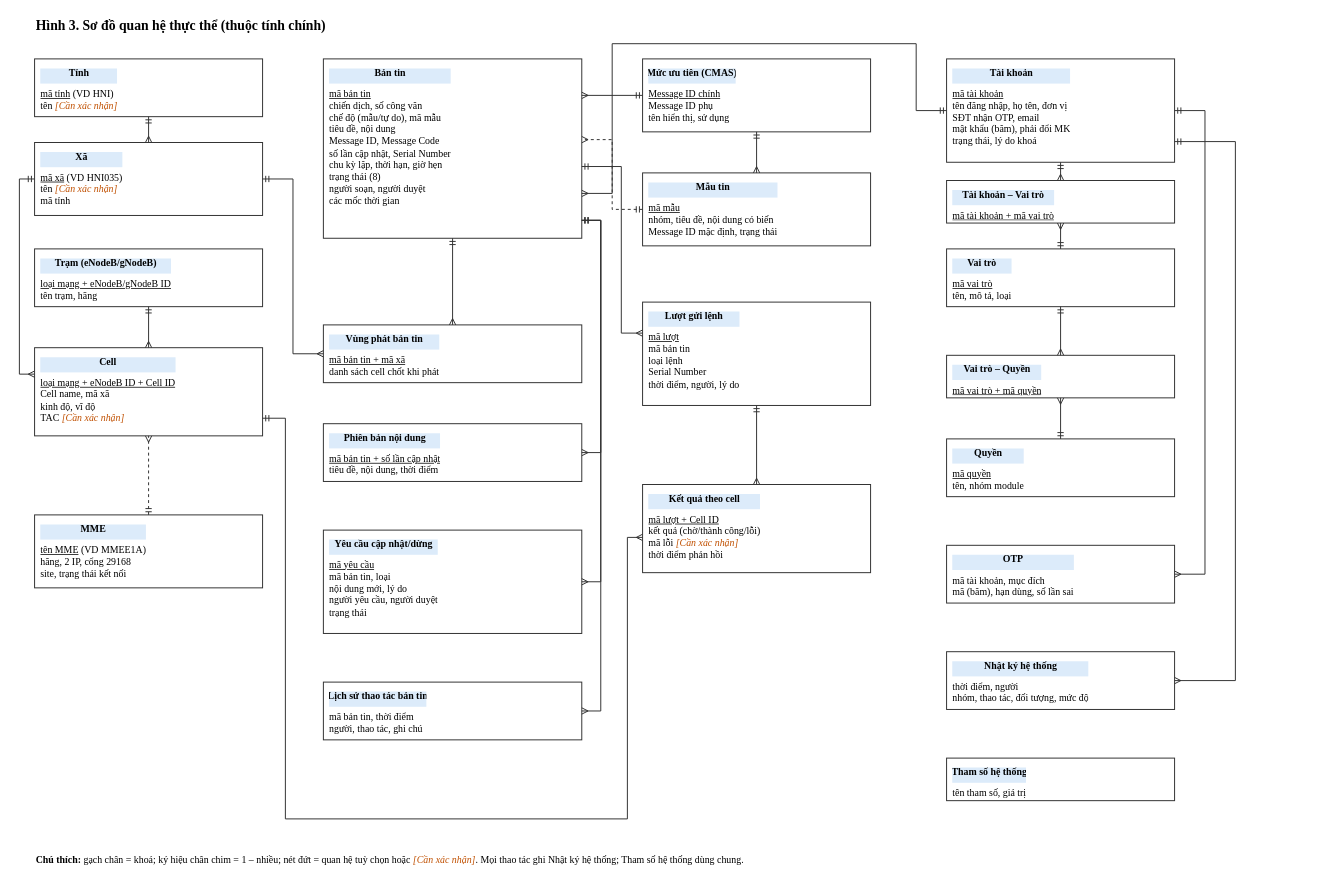
The draw.io diagram page "SRS-H3 Dữ liệu" (3 of 9) of srs/CBC_SRS_so-do.drawio in yenanna0804/cbc-demo, before the edit. Source tidied: cells renumbered, new cells numbered last; positions are measured from the earlier drawing's top-left corner, leaving out a move shared by most shapes. Both pictures are drawn from the tidied source at 76%, with x=0, y=0 at pixel (19, 13).
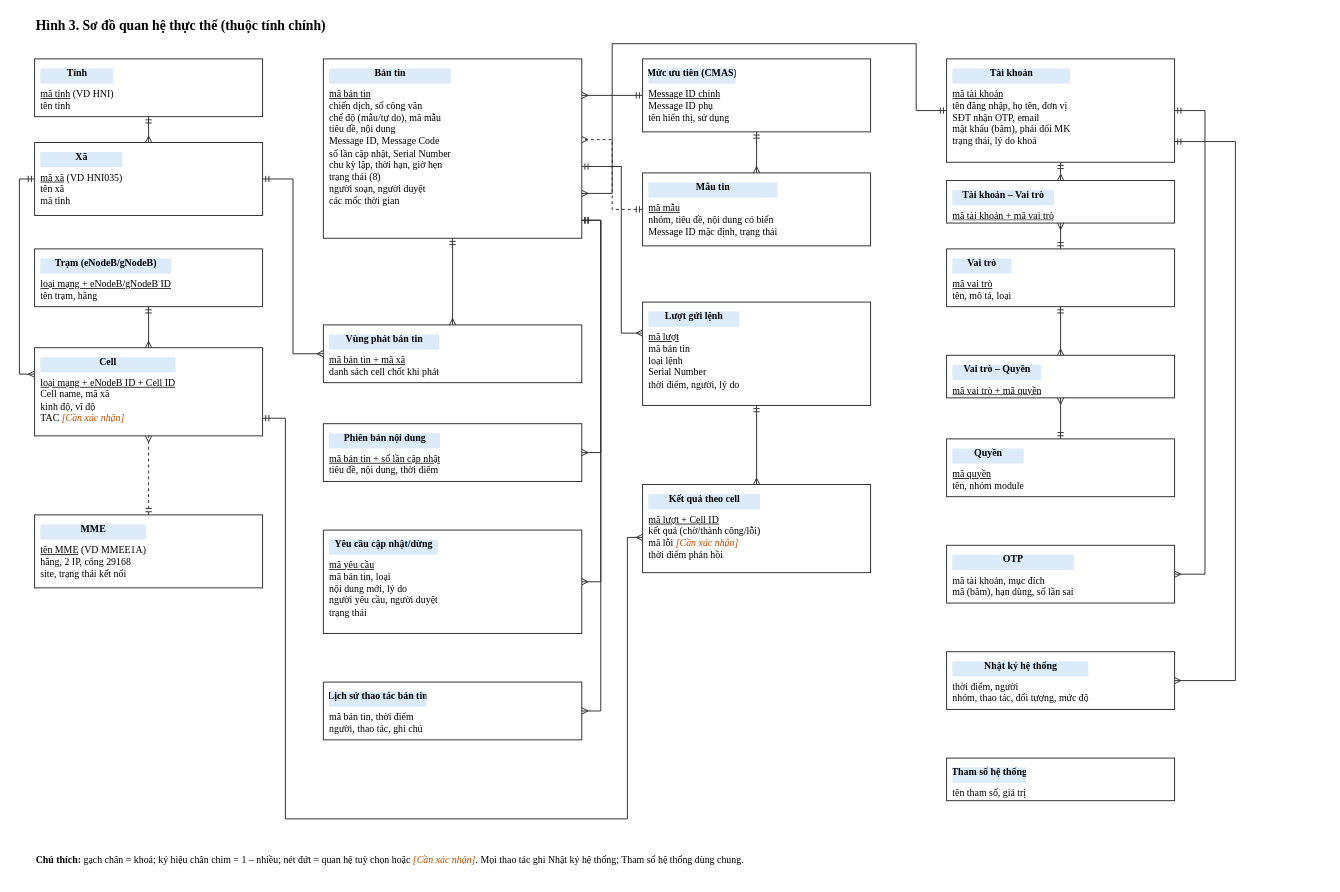
The same diagram, later.

Commit message:
SRS ERD: ten tinh, xa

Claude-Session: https://claude.ai/code/session_01FeLNp4ic6ftFr5ftakdFjx

Change to the diagram source:
```diff
@@
-    <mxCell id="3" value="&lt;div style=&quot;background:#DCEBFA;margin:-8px -8px 6px;padding:6px;font-weight:bold;text-align:center&quot;&gt;Tỉnh&lt;/div&gt;&lt;u&gt;mã tỉnh&lt;/u&gt; (VD HNI)&lt;br&gt;tên &lt;i style=&quot;color:#C05000&quot;&gt;[Cần xác nhận]&lt;/i&gt;" style="rounded=0;arcSize=8;whiteSpace=wrap;html=1;fontFamily=Times New Roman;fontSize=13;fillColor=#FFFFFF;strokeColor=#333333;strokeWidth=1.3;align=left;verticalAlign=top;spacing=8;overflow=hidden;" parent="1" vertex="1">
+    <mxCell id="3" value="&lt;div style=&quot;background:#DCEBFA;margin:-8px -8px 6px;padding:6px;font-weight:bold;text-align:center&quot;&gt;Tỉnh&lt;/div&gt;&lt;u&gt;mã tỉnh&lt;/u&gt; (VD HNI)&lt;br&gt;tên tỉnh" style="rounded=0;arcSize=8;whiteSpace=wrap;html=1;fontFamily=Times New Roman;fontSize=13;fillColor=#FFFFFF;strokeColor=#333333;strokeWidth=1.3;align=left;verticalAlign=top;spacing=8;overflow=hidden;" parent="1" vertex="1">
       <mxGeometry x="20" y="60" width="300" height="76" as="geometry" />
     </mxCell>
-    <mxCell id="4" value="&lt;div style=&quot;background:#DCEBFA;margin:-8px -8px 6px;padding:6px;font-weight:bold;text-align:center&quot;&gt;Xã&lt;/div&gt;&lt;u&gt;mã xã&lt;/u&gt; (VD HNI035)&lt;br&gt;tên &lt;i style=&quot;color:#C05000&quot;&gt;[Cần xác nhận]&lt;/i&gt;&lt;br&gt;mã tỉnh" style="rounded=0;arcSize=8;whiteSpace=wrap;html=1;fontFamily=Times New Roman;fontSize=13;fillColor=#FFFFFF;strokeColor=#333333;strokeWidth=1.3;align=left;verticalAlign=top;spacing=8;overflow=hidden;" parent="1" vertex="1">
+    <mxCell id="4" value="&lt;div style=&quot;background:#DCEBFA;margin:-8px -8px 6px;padding:6px;font-weight:bold;text-align:center&quot;&gt;Xã&lt;/div&gt;&lt;u&gt;mã xã&lt;/u&gt; (VD HNI035)&lt;br&gt;tên xã&lt;br&gt;mã tỉnh" style="rounded=0;arcSize=8;whiteSpace=wrap;html=1;fontFamily=Times New Roman;fontSize=13;fillColor=#FFFFFF;strokeColor=#333333;strokeWidth=1.3;align=left;verticalAlign=top;spacing=8;overflow=hidden;" parent="1" vertex="1">
       <mxGeometry x="20" y="170" width="300" height="96" as="geometry" />
     </mxCell>
```
